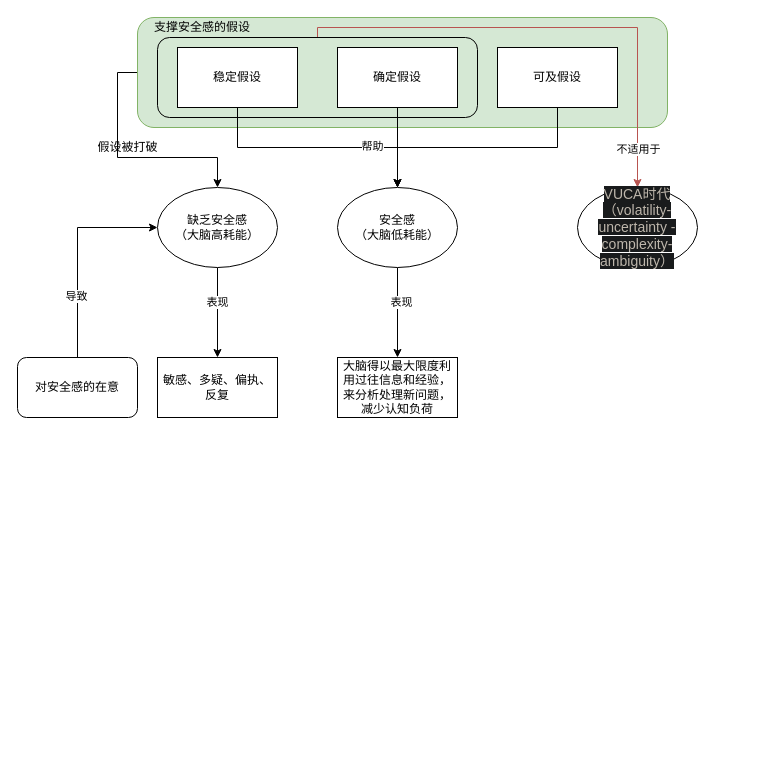
Earlier version of the draw.io diagram 安全感.drawio (watercjr/Data-Center). Source tidied: cells renumbered, new cells numbered last; positions are measured from the earlier drawing's top-left corner, leaving out a move shared by most shapes. Both pictures are drawn from the tidied source at 100%, with x=0, y=0 at pixel (17, 17).
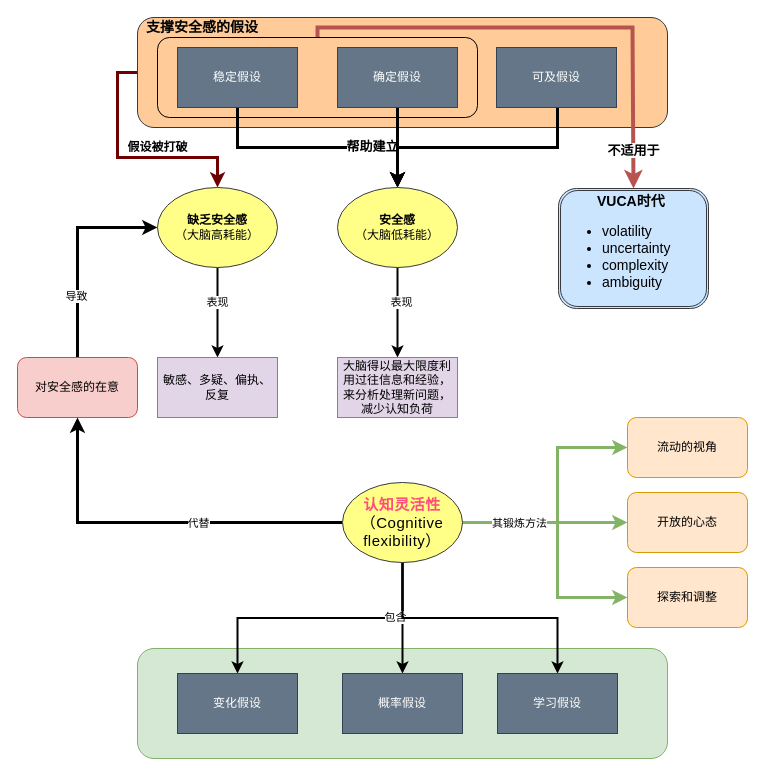
The same diagram, later.

The change refers to these unchanged cells:
```xml
<mxCell id="23" style="rounded=1;whiteSpace=wrap;html=1;fillColor=none;" parent="1" vertex="1">
  <mxGeometry x="140" y="20" width="320" height="80" as="geometry" />
</mxCell>
```

What changed in the source:
```diff
@@
+    <mxCell id="28" style="rounded=1;whiteSpace=wrap;html=1;fillColor=#d5e8d4;strokeColor=#82b366;" parent="1" vertex="1">
+      <mxGeometry x="120" y="631" width="530" height="110" as="geometry" />
+    </mxCell>
-    <mxCell id="2" style="edgeStyle=orthogonalEdgeStyle;rounded=0;jettySize=auto;html=1;exitX=0;exitY=0.5;exitDx=0;exitDy=0;entryX=0.5;entryY=0;entryDx=0;entryDy=0;" parent="1" edge="1" source="3" target="16">
+    <mxCell id="2" style="edgeStyle=orthogonalEdgeStyle;rounded=0;jettySize=auto;html=1;exitX=0;exitY=0.5;exitDx=0;exitDy=0;entryX=0.5;entryY=0;entryDx=0;entryDy=0;strokeWidth=3;fillColor=#a20025;strokeColor=#6F0000;" parent="1" edge="1" source="3" target="16">
       <mxGeometry relative="1" as="geometry" />
     </mxCell>
-    <mxCell id="3" style="rounded=1;whiteSpace=wrap;html=1;fillColor=#d5e8d4;strokeColor=#82b366;" parent="1" vertex="1">
+    <mxCell id="3" style="rounded=1;whiteSpace=wrap;html=1;fillColor=#ffcc99;strokeColor=#36393d;" parent="1" vertex="1">
       <mxGeometry x="120" width="530" height="110" as="geometry" />
     </mxCell>
-    <mxCell id="4" style="edgeStyle=orthogonalEdgeStyle;rounded=0;jettySize=auto;html=1;exitX=0.5;exitY=1;exitDx=0;exitDy=0;entryX=0.5;entryY=0;entryDx=0;entryDy=0;" parent="1" edge="1" source="6" target="13">
+    <mxCell id="4" style="edgeStyle=orthogonalEdgeStyle;rounded=0;jettySize=auto;html=1;exitX=0.5;exitY=1;exitDx=0;exitDy=0;entryX=0.5;entryY=0;entryDx=0;entryDy=0;strokeWidth=3;" parent="1" edge="1" source="6" target="13">
       <mxGeometry relative="1" as="geometry" />
     </mxCell>
-    <mxCell id="5" value="帮助" style="edgeLabel;html=1;align=center;verticalAlign=middle;" parent="4" vertex="1">
+    <mxCell id="5" value="&lt;b&gt;&lt;font style=&quot;font-size: 13px&quot;&gt;帮助建立&lt;/font&gt;&lt;/b&gt;" style="edgeLabel;html=1;align=center;verticalAlign=middle;" parent="4" vertex="1">
       <mxGeometry x="0.45" y="2" relative="1" as="geometry" />
     </mxCell>
-    <mxCell id="6" value="稳定假设" style="rounded=0;whiteSpace=wrap;html=1;" parent="1" vertex="1">
+    <mxCell id="6" value="稳定假设" style="rounded=0;whiteSpace=wrap;html=1;fillColor=#647687;strokeColor=#314354;fontColor=#ffffff;" parent="1" vertex="1">
       <mxGeometry x="160" y="30" width="120" height="60" as="geometry" />
     </mxCell>
-    <mxCell id="7" style="edgeStyle=orthogonalEdgeStyle;rounded=0;jettySize=auto;html=1;exitX=0.5;exitY=1;exitDx=0;exitDy=0;entryX=0.5;entryY=0;entryDx=0;entryDy=0;" parent="1" edge="1" source="8" target="13">
+    <mxCell id="7" style="edgeStyle=orthogonalEdgeStyle;rounded=0;jettySize=auto;html=1;exitX=0.5;exitY=1;exitDx=0;exitDy=0;entryX=0.5;entryY=0;entryDx=0;entryDy=0;strokeWidth=3;" parent="1" edge="1" source="8" target="13">
       <mxGeometry relative="1" as="geometry" />
     </mxCell>
-    <mxCell id="8" value="确定假设" style="rounded=0;whiteSpace=wrap;html=1;" parent="1" vertex="1">
+    <mxCell id="8" value="确定假设" style="rounded=0;whiteSpace=wrap;html=1;fillColor=#647687;strokeColor=#314354;fontColor=#ffffff;" parent="1" vertex="1">
       <mxGeometry x="320" y="30" width="120" height="60" as="geometry" />
     </mxCell>
-    <mxCell id="9" style="edgeStyle=orthogonalEdgeStyle;rounded=0;jettySize=auto;html=1;exitX=0.5;exitY=1;exitDx=0;exitDy=0;entryX=0.5;entryY=0;entryDx=0;entryDy=0;" parent="1" edge="1" source="10" target="13">
+    <mxCell id="9" style="edgeStyle=orthogonalEdgeStyle;rounded=0;jettySize=auto;html=1;exitX=0.5;exitY=1;exitDx=0;exitDy=0;entryX=0.5;entryY=0;entryDx=0;entryDy=0;strokeWidth=3;" parent="1" edge="1" source="10" target="13">
       <mxGeometry relative="1" as="geometry">
         <Array as="points">
           <mxPoint x="540" y="130" />
           <mxPoint x="380" y="130" />
         </Array>
       </mxGeometry>
     </mxCell>
-    <mxCell id="10" value="可及假设" style="rounded=0;whiteSpace=wrap;html=1;" parent="1" vertex="1">
-      <mxGeometry x="480" y="30" width="120" height="60" as="geometry" />
+    <mxCell id="10" value="可及假设" style="rounded=0;whiteSpace=wrap;html=1;fillColor=#647687;strokeColor=#314354;fontColor=#ffffff;" parent="1" vertex="1">
+      <mxGeometry x="479" y="30" width="120" height="60" as="geometry" />
     </mxCell>
-    <mxCell id="11" style="edgeStyle=orthogonalEdgeStyle;rounded=0;jettySize=auto;html=1;" parent="1" edge="1" source="13" target="20">
+    <mxCell id="11" style="edgeStyle=orthogonalEdgeStyle;rounded=0;jettySize=auto;html=1;strokeWidth=2;" parent="1" edge="1" source="13" target="20">
       <mxGeometry relative="1" as="geometry" />
     </mxCell>
@@
-    <mxCell id="13" value="安全感&lt;br&gt;（大脑低耗能）" style="ellipse;whiteSpace=wrap;html=1;" parent="1" vertex="1">
+    <mxCell id="13" value="&lt;b&gt;安全感&lt;/b&gt;&lt;br&gt;（大脑低耗能）" style="ellipse;whiteSpace=wrap;html=1;fillColor=#ffff88;strokeColor=#36393d;" parent="1" vertex="1">
       <mxGeometry x="320" y="170" width="120" height="80" as="geometry" />
     </mxCell>
-    <mxCell id="14" style="edgeStyle=orthogonalEdgeStyle;rounded=0;jettySize=auto;html=1;" parent="1" edge="1" source="16" target="19">
+    <mxCell id="14" style="edgeStyle=orthogonalEdgeStyle;rounded=0;jettySize=auto;html=1;strokeWidth=2;" parent="1" edge="1" source="16" target="19">
       <mxGeometry relative="1" as="geometry" />
     </mxCell>
@@
-    <mxCell id="16" value="缺乏安全感&lt;br&gt;（大脑高耗能）" style="ellipse;whiteSpace=wrap;html=1;" parent="1" vertex="1">
+    <mxCell id="16" value="&lt;b&gt;缺乏安全感&lt;/b&gt;&lt;br&gt;（大脑高耗能）" style="ellipse;whiteSpace=wrap;html=1;fillColor=#ffff88;strokeColor=#36393d;" parent="1" vertex="1">
       <mxGeometry x="140" y="170" width="120" height="80" as="geometry" />
     </mxCell>
-    <mxCell id="17" value="假设被打破" style="text;html=1;align=center;verticalAlign=middle;" parent="1" vertex="1">
-      <mxGeometry x="70" y="120" width="80" height="20" as="geometry" />
+    <mxCell id="17" value="&lt;b&gt;假设被打破&lt;/b&gt;" style="text;html=1;align=center;verticalAlign=middle;" parent="1" vertex="1">
+      <mxGeometry x="100" y="120" width="80" height="20" as="geometry" />
     </mxCell>
-    <mxCell id="18" value="支撑安全感的假设" style="text;html=1;strokeColor=none;fillColor=none;align=center;verticalAlign=middle;whiteSpace=wrap;rounded=0;" parent="1" vertex="1">
+    <mxCell id="18" value="&lt;font style=&quot;font-size: 14px&quot;&gt;&lt;b&gt;支撑安全感的假设&lt;/b&gt;&lt;/font&gt;" style="text;html=1;strokeColor=none;fillColor=none;align=center;verticalAlign=middle;whiteSpace=wrap;rounded=0;" parent="1" vertex="1">
       <mxGeometry x="120" width="130" height="20" as="geometry" />
     </mxCell>
-    <mxCell id="19" value="敏感、多疑、偏执、反复" style="whiteSpace=wrap;html=1;" parent="1" vertex="1">
+    <mxCell id="19" value="敏感、多疑、偏执、反复" style="whiteSpace=wrap;html=1;fillColor=#e1d5e7;strokeColor=#9673a6;" parent="1" vertex="1">
       <mxGeometry x="140" y="340" width="120" height="60" as="geometry" />
     </mxCell>
-    <mxCell id="20" value="大脑得以最大限度利用过往信息和经验，来分析处理新问题，减少认知负荷" style="whiteSpace=wrap;html=1;" parent="1" vertex="1">
+    <mxCell id="20" value="大脑得以最大限度利用过往信息和经验，来分析处理新问题，减少认知负荷" style="whiteSpace=wrap;html=1;fillColor=#e1d5e7;strokeColor=#9673a6;" parent="1" vertex="1">
       <mxGeometry x="320" y="340" width="120" height="60" as="geometry" />
     </mxCell>
-    <mxCell id="21" style="edgeStyle=orthogonalEdgeStyle;rounded=0;jettySize=auto;html=1;exitX=0.5;exitY=0;exitDx=0;exitDy=0;entryX=0.5;entryY=0;entryDx=0;entryDy=0;fillColor=#f8cecc;strokeColor=#b85450;" parent="1" edge="1" source="23" target="24">
+    <mxCell id="21" style="edgeStyle=orthogonalEdgeStyle;rounded=0;jettySize=auto;html=1;exitX=0.5;exitY=0;exitDx=0;exitDy=0;entryX=0.5;entryY=0;entryDx=0;entryDy=0;fillColor=#f8cecc;strokeColor=#b85450;strokeWidth=4;" parent="1" edge="1" source="23" target="24">
       <mxGeometry relative="1" as="geometry">
         <Array as="points">
           <mxPoint x="300" y="10" />
-          <mxPoint x="620" y="10" />
+          <mxPoint x="615" y="10" />
         </Array>
       </mxGeometry>
     </mxCell>
-    <mxCell id="22" value="不适用于" style="edgeLabel;html=1;align=center;verticalAlign=middle;" parent="21" vertex="1">
+    <mxCell id="22" value="&lt;b&gt;&lt;font style=&quot;font-size: 13px&quot;&gt;不适用于&lt;/font&gt;&lt;/b&gt;" style="edgeLabel;html=1;align=center;verticalAlign=middle;" parent="21" vertex="1">
       <mxGeometry x="0.6" y="5" relative="1" as="geometry">
         <mxPoint x="-5" y="59" as="offset" />
       </mxGeometry>
     </mxCell>
@@
-    <mxCell id="24" value="&lt;span style=&quot;color: rgb(190 , 183 , 172) ; font-family: &amp;#34;arial&amp;#34; , sans-serif ; font-size: 14px ; text-align: left ; background-color: rgb(25 , 27 , 28)&quot;&gt;VUCA时代&lt;br&gt;（&lt;span style=&quot;background-color: rgb(25 , 27 , 28) ; color: rgb(190 , 183 , 172)&quot;&gt;volatility-uncertainty -complexity-&lt;/span&gt;&lt;span style=&quot;background-color: rgb(25 , 27 , 28) ; color: rgb(190 , 183 , 172)&quot;&gt;ambiguity&lt;/span&gt;）&lt;br&gt;&lt;/span&gt;" style="ellipse;whiteSpace=wrap;html=1;" parent="1" vertex="1">
-      <mxGeometry x="560" y="170" width="120" height="80" as="geometry" />
+    <mxCell id="24" value="&lt;span style=&quot;font-family: &amp;#34;arial&amp;#34; , sans-serif ; font-size: 14px&quot;&gt;&lt;b&gt;&amp;nbsp; &amp;nbsp; &amp;nbsp; &amp;nbsp; &amp;nbsp;VUCA时代&lt;/b&gt;&lt;br&gt;&lt;ul&gt;&lt;li&gt;&lt;span style=&quot;font-family: &amp;#34;arial&amp;#34; , sans-serif ; font-size: 14px&quot;&gt;volatility&lt;/span&gt;&lt;/li&gt;&lt;li&gt;&lt;span style=&quot;font-family: &amp;#34;arial&amp;#34; , sans-serif ; font-size: 14px&quot;&gt;uncertainty&lt;/span&gt;&lt;/li&gt;&lt;li&gt;&lt;span style=&quot;font-family: &amp;#34;arial&amp;#34; , sans-serif ; font-size: 14px&quot;&gt;complexity&lt;/span&gt;&lt;/li&gt;&lt;li&gt;&lt;span style=&quot;font-family: &amp;#34;arial&amp;#34; , sans-serif ; font-size: 14px&quot;&gt;ambiguity&lt;/span&gt;&lt;/li&gt;&lt;/ul&gt;&lt;/span&gt;" style="shape=ext;double=1;rounded=1;whiteSpace=wrap;html=1;fontFamily=Helvetica;fontSize=12;align=left;fillColor=#cce5ff;strokeColor=#36393d;" parent="1" vertex="1">
+      <mxGeometry x="541" y="171" width="150" height="120" as="geometry" />
     </mxCell>
-    <mxCell id="25" style="edgeStyle=orthogonalEdgeStyle;rounded=0;jettySize=auto;html=1;exitX=0.5;exitY=0;exitDx=0;exitDy=0;entryX=0;entryY=0.5;entryDx=0;entryDy=0;" parent="1" edge="1" source="27" target="16">
+    <mxCell id="25" style="edgeStyle=orthogonalEdgeStyle;rounded=0;jettySize=auto;html=1;exitX=0.5;exitY=0;exitDx=0;exitDy=0;entryX=0;entryY=0.5;entryDx=0;entryDy=0;strokeWidth=3;" parent="1" edge="1" source="27" target="16">
       <mxGeometry relative="1" as="geometry" />
     </mxCell>
@@
-    <mxCell id="27" value="对安全感的在意" style="rounded=1;whiteSpace=wrap;html=1;fillColor=#ffffff;" parent="1" vertex="1">
+    <mxCell id="27" value="对安全感的在意" style="rounded=1;whiteSpace=wrap;html=1;fillColor=#f8cecc;strokeColor=#b85450;" parent="1" vertex="1">
       <mxGeometry y="340" width="120" height="60" as="geometry" />
     </mxCell>
+    <mxCell id="29" style="edgeStyle=orthogonalEdgeStyle;rounded=0;jettySize=auto;html=1;entryX=0.5;entryY=1;entryDx=0;entryDy=0;strokeWidth=3;" parent="1" edge="1" source="39" target="27">
+      <mxGeometry relative="1" as="geometry" />
+    </mxCell>
+    <mxCell id="30" value="代替" style="edgeLabel;html=1;align=center;verticalAlign=middle;" parent="29" vertex="1">
+      <mxGeometry x="-0.19" y="3" relative="1" as="geometry">
+        <mxPoint x="5" y="-3" as="offset" />
+      </mxGeometry>
+    </mxCell>
+    <mxCell id="31" style="edgeStyle=orthogonalEdgeStyle;rounded=0;jettySize=auto;html=1;strokeWidth=2;" parent="1" edge="1" source="39" target="40">
+      <mxGeometry relative="1" as="geometry" />
+    </mxCell>
+    <mxCell id="32" style="edgeStyle=orthogonalEdgeStyle;rounded=0;jettySize=auto;html=1;exitX=0.5;exitY=1;exitDx=0;exitDy=0;strokeWidth=2;" parent="1" edge="1" source="39" target="41">
+      <mxGeometry relative="1" as="geometry" />
+    </mxCell>
+    <mxCell id="33" value="包含" style="edgeLabel;html=1;align=center;verticalAlign=middle;" parent="32" vertex="1">
+      <mxGeometry x="-0.54" y="-1" relative="1" as="geometry" />
+    </mxCell>
+    <mxCell id="34" style="edgeStyle=orthogonalEdgeStyle;rounded=0;jettySize=auto;html=1;exitX=0.5;exitY=1;exitDx=0;exitDy=0;strokeWidth=2;" parent="1" edge="1" source="39" target="42">
+      <mxGeometry relative="1" as="geometry" />
+    </mxCell>
+    <mxCell id="35" style="edgeStyle=orthogonalEdgeStyle;rounded=0;jettySize=auto;html=1;exitX=1;exitY=0.5;exitDx=0;exitDy=0;entryX=0;entryY=0.5;entryDx=0;entryDy=0;strokeWidth=3;fillColor=#d5e8d4;strokeColor=#82b366;" parent="1" edge="1" source="39" target="43">
+      <mxGeometry relative="1" as="geometry">
+        <Array as="points">
+          <mxPoint x="540" y="505" />
+          <mxPoint x="540" y="430" />
+        </Array>
+      </mxGeometry>
+    </mxCell>
+    <mxCell id="36" style="edgeStyle=orthogonalEdgeStyle;rounded=0;jettySize=auto;html=1;exitX=1;exitY=0.5;exitDx=0;exitDy=0;entryX=0;entryY=0.5;entryDx=0;entryDy=0;strokeWidth=3;fillColor=#d5e8d4;strokeColor=#82b366;" parent="1" edge="1" source="39" target="44">
+      <mxGeometry relative="1" as="geometry" />
+    </mxCell>
+    <mxCell id="37" style="edgeStyle=orthogonalEdgeStyle;rounded=0;jettySize=auto;html=1;exitX=1;exitY=0.5;exitDx=0;exitDy=0;entryX=0;entryY=0.5;entryDx=0;entryDy=0;strokeWidth=3;fillColor=#d5e8d4;strokeColor=#82b366;" parent="1" edge="1" source="39" target="45">
+      <mxGeometry relative="1" as="geometry">
+        <Array as="points">
+          <mxPoint x="540" y="505" />
+          <mxPoint x="540" y="580" />
+        </Array>
+      </mxGeometry>
+    </mxCell>
+    <mxCell id="38" value="其锻炼方法" style="edgeLabel;html=1;align=center;verticalAlign=middle;" parent="37" vertex="1">
+      <mxGeometry x="-0.72" y="-2" relative="1" as="geometry">
+        <mxPoint x="22" y="-2" as="offset" />
+      </mxGeometry>
+    </mxCell>
+    <mxCell id="39" value="&lt;span style=&quot;background-color: transparent&quot;&gt;&lt;span style=&quot;margin: 0px ; padding: 0px ; color: rgb(255 , 79 , 121) ; max-width: 100% ; text-align: justify ; font-size: 15px ; letter-spacing: 0.5px ; box-sizing: border-box ; overflow-wrap: break-word&quot;&gt;&lt;strong style=&quot;margin: 0px ; padding: 0px ; max-width: 100% ; box-sizing: border-box ; overflow-wrap: break-word&quot;&gt;认知灵活性&lt;/strong&gt;&lt;/span&gt;&lt;span style=&quot;margin: 0px ; padding: 0px ; max-width: 100% ; text-align: justify ; font-size: 15px ; letter-spacing: 0.5px ; box-sizing: border-box ; overflow-wrap: break-word&quot;&gt;（Cognitive flexibility）&lt;/span&gt;&lt;/span&gt;" style="ellipse;whiteSpace=wrap;html=1;fillColor=#ffff88;strokeColor=#36393d;" parent="1" vertex="1">
+      <mxGeometry x="325" y="465" width="120" height="80" as="geometry" />
+    </mxCell>
+    <mxCell id="40" value="概率假设" style="whiteSpace=wrap;html=1;fillColor=#647687;strokeColor=#314354;fontColor=#ffffff;" parent="1" vertex="1">
+      <mxGeometry x="325" y="656" width="120" height="60" as="geometry" />
+    </mxCell>
+    <mxCell id="41" value="变化假设" style="whiteSpace=wrap;html=1;fillColor=#647687;strokeColor=#314354;fontColor=#ffffff;" parent="1" vertex="1">
+      <mxGeometry x="160" y="656" width="120" height="60" as="geometry" />
+    </mxCell>
+    <mxCell id="42" value="学习假设" style="whiteSpace=wrap;html=1;fillColor=#647687;strokeColor=#314354;fontColor=#ffffff;" parent="1" vertex="1">
+      <mxGeometry x="480" y="656" width="120" height="60" as="geometry" />
+    </mxCell>
+    <mxCell id="43" value="流动的视角" style="rounded=1;whiteSpace=wrap;html=1;fillColor=#ffe6cc;strokeColor=#d79b00;" parent="1" vertex="1">
+      <mxGeometry x="610" y="400" width="120" height="60" as="geometry" />
+    </mxCell>
+    <mxCell id="44" value="开放的心态" style="rounded=1;whiteSpace=wrap;html=1;fillColor=#ffe6cc;strokeColor=#d79b00;" parent="1" vertex="1">
+      <mxGeometry x="610" y="475" width="120" height="60" as="geometry" />
+    </mxCell>
+    <mxCell id="45" value="探索和调整" style="rounded=1;whiteSpace=wrap;html=1;fillColor=#ffe6cc;strokeColor=#d79b00;" parent="1" vertex="1">
+      <mxGeometry x="610" y="550" width="120" height="60" as="geometry" />
+    </mxCell>
```
